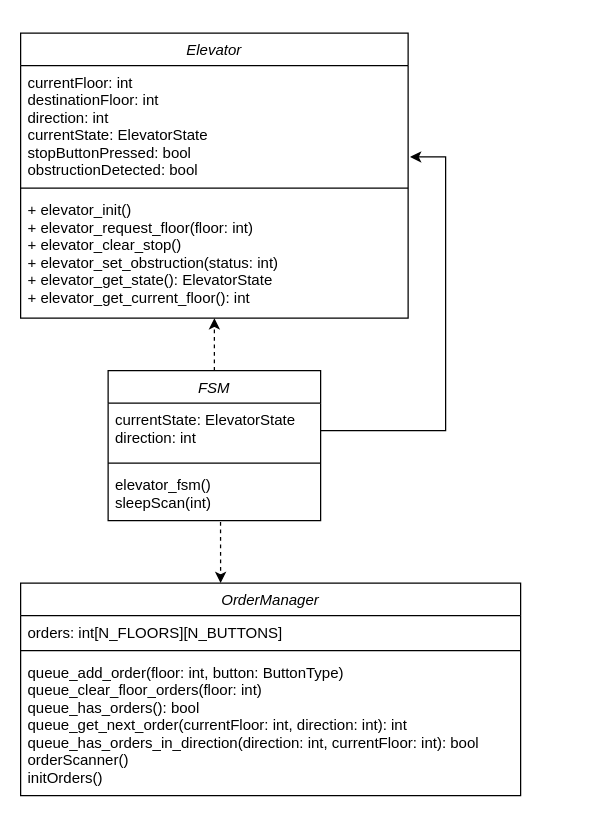
This is UML/klassediagram.drawio from SondreMyhre/Heislab, a draw.io file, before an edit. Source tidied: cells renumbered, new cells numbered last; positions are measured from the earlier drawing's top-left corner, leaving out a move shared by most shapes. Both pictures are drawn from the tidied source at 125%, with x=0, y=0 at pixel (20, 32).
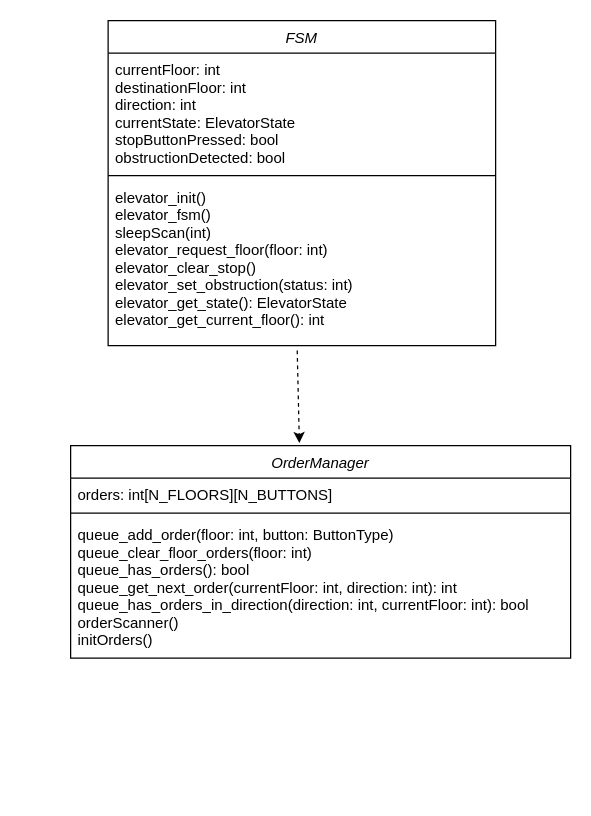
Above is the later version.

Change to the diagram source:
```diff
@@
 <mxGraphModel>
   <root>
     <mxCell id="0" />
     <mxCell id="1" parent="0" />
-    <mxCell id="2" value="Elevator" style="swimlane;fontStyle=2;align=center;verticalAlign=top;horizontal=1;startSize=26;rounded=0;shadow=0;strokeWidth=1;" parent="1" vertex="1">
-      <mxGeometry width="310" height="228" as="geometry" />
+    <mxCell id="2" value="FSM" style="swimlane;fontStyle=2;align=center;verticalAlign=top;horizontal=1;startSize=26;rounded=0;shadow=0;strokeWidth=1;" parent="1" vertex="1">
+      <mxGeometry x="70" y="-10" width="310" height="260" as="geometry" />
     </mxCell>
     <mxCell id="3" value="currentFloor: int&#10;destinationFloor: int&#10;direction: int&#10;currentState: ElevatorState&#10;stopButtonPressed: bool&#10;obstructionDetected: bool" style="text;align=left;verticalAlign=top;spacingLeft=4;spacingRight=4;overflow=hidden;points=[[0,0.5],[1,0.5]];portConstraint=eastwest;" parent="2" vertex="1">
       <mxGeometry y="26" width="310" height="94" as="geometry" />
     </mxCell>
     <mxCell id="4" style="line;html=1;strokeWidth=1;align=left;verticalAlign=middle;spacingTop=-1;spacingLeft=3;spacingRight=3;labelPosition=right;" parent="2" vertex="1">
       <mxGeometry y="120" width="310" height="8" as="geometry" />
     </mxCell>
-    <mxCell id="5" value="+ elevator_init()&#10;+ elevator_request_floor(floor: int)&#10;+ elevator_clear_stop()&#10;+ elevator_set_obstruction(status: int)&#10;+ elevator_get_state(): ElevatorState&#10;+ elevator_get_current_floor(): int" style="text;align=left;verticalAlign=top;spacingLeft=4;spacingRight=4;overflow=hidden;points=[[0,0.5],[1,0.5]];portConstraint=eastwest;" parent="2" vertex="1">
-      <mxGeometry y="128" width="310" height="100" as="geometry" />
+    <mxCell id="5" value="elevator_init()&#10;elevator_fsm()&#10;sleepScan(int)&#10;elevator_request_floor(floor: int)&#10;elevator_clear_stop()&#10;elevator_set_obstruction(status: int)&#10;elevator_get_state(): ElevatorState&#10;elevator_get_current_floor(): int" style="text;align=left;verticalAlign=top;spacingLeft=4;spacingRight=4;overflow=hidden;points=[[0,0.5],[1,0.5]];portConstraint=eastwest;" parent="2" vertex="1">
+      <mxGeometry y="128" width="310" height="132" as="geometry" />
     </mxCell>
-    <mxCell id="6" value="FSM" style="swimlane;fontStyle=2;align=center;verticalAlign=top;horizontal=1;startSize=26;rounded=0;shadow=0;strokeWidth=1;" parent="1" vertex="1">
-      <mxGeometry x="70" y="270" width="170" height="120" as="geometry" />
-    </mxCell>
-    <mxCell id="7" value="currentState: ElevatorState&#10;direction: int" style="text;align=left;verticalAlign=top;spacingLeft=4;spacingRight=4;overflow=hidden;points=[[0,0.5],[1,0.5]];portConstraint=eastwest;" parent="6" vertex="1">
-      <mxGeometry y="26" width="170" height="44" as="geometry" />
-    </mxCell>
-    <mxCell id="8" style="line;html=1;strokeWidth=1;align=left;verticalAlign=middle;spacingTop=-1;spacingLeft=3;spacingRight=3;labelPosition=right;" parent="6" vertex="1">
-      <mxGeometry y="70" width="170" height="8" as="geometry" />
-    </mxCell>
-    <mxCell id="9" value="elevator_fsm()&#10;sleepScan(int)" style="text;align=left;verticalAlign=top;spacingLeft=4;spacingRight=4;overflow=hidden;points=[[0,0.5],[1,0.5]];portConstraint=eastwest;" parent="6" vertex="1">
-      <mxGeometry y="78" width="170" height="42" as="geometry" />
-    </mxCell>
     <mxCell id="10" value="OrderManager" style="swimlane;fontStyle=2;align=center;verticalAlign=top;horizontal=1;startSize=26;rounded=0;shadow=0;strokeWidth=1;" parent="1" vertex="1">
-      <mxGeometry y="440" width="400" height="170" as="geometry" />
+      <mxGeometry x="40" y="330" width="400" height="170" as="geometry" />
     </mxCell>
     <mxCell id="11" value="orders: int[N_FLOORS][N_BUTTONS]" style="text;align=left;verticalAlign=top;spacingLeft=4;spacingRight=4;overflow=hidden;" parent="10" vertex="1">
       <mxGeometry y="26" width="400" height="24" as="geometry" />
     </mxCell>
     <mxCell id="12" style="line;html=1;strokeWidth=1;align=left;verticalAlign=middle;spacingTop=-1;spacingLeft=3;spacingRight=3;labelPosition=right;" parent="10" vertex="1">
       <mxGeometry y="50" width="400" height="8" as="geometry" />
     </mxCell>
     <mxCell id="13" value="queue_add_order(floor: int, button: ButtonType)&#10;queue_clear_floor_orders(floor: int)&#10;queue_has_orders(): bool&#10;queue_get_next_order(currentFloor: int, direction: int): int&#10;queue_has_orders_in_direction(direction: int, currentFloor: int): bool&#10;orderScanner()&#10;initOrders()" style="text;align=left;verticalAlign=top;spacingLeft=4;spacingRight=4;overflow=hidden;" parent="10" vertex="1">
       <mxGeometry y="58" width="400" height="102" as="geometry" />
     </mxCell>
-    <mxCell id="14" style="edgeStyle=orthogonalEdgeStyle;rounded=0;jettySize=auto;html=1;entryX=1.005;entryY=0.777;entryDx=0;entryDy=0;entryPerimeter=0;" parent="1" edge="1" source="7" target="3">
-      <mxGeometry relative="1" as="geometry">
-        <Array as="points">
-          <mxPoint x="340" y="318" />
-          <mxPoint x="340" y="99" />
-        </Array>
-      </mxGeometry>
-    </mxCell>
-    <mxCell id="15" style="html=1;labelBackgroundColor=#ffffff;startArrow=none;startFill=0;startSize=6;endArrow=classic;endFill=1;endSize=6;jettySize=auto;strokeWidth=1;dashed=1;fontSize=14;rounded=0;exitX=0.529;exitY=1.027;exitDx=0;exitDy=0;exitPerimeter=0;" parent="1" edge="1" source="9">
-      <mxGeometry relative="1" as="geometry">
-        <mxPoint x="160" y="440" as="targetPoint" />
-      </mxGeometry>
-    </mxCell>
-    <mxCell id="16" style="html=1;labelBackgroundColor=#ffffff;startArrow=none;startFill=0;startSize=6;endArrow=classic;endFill=1;endSize=6;jettySize=auto;strokeWidth=1;dashed=1;fontSize=14;rounded=0;exitX=0.5;exitY=0;exitDx=0;exitDy=0;" parent="1" edge="1" source="6" target="5">
-      <mxGeometry relative="1" as="geometry" />
-    </mxCell>
+    <mxCell id="17" style="html=1;labelBackgroundColor=#ffffff;startArrow=none;startFill=0;startSize=6;endArrow=classic;endFill=1;endSize=6;jettySize=auto;strokeWidth=1;dashed=1;fontSize=14;rounded=0;exitX=0.488;exitY=1.03;exitDx=0;exitDy=0;exitPerimeter=0;" parent="1" edge="1" source="5">
+      <mxGeometry relative="1" as="geometry">
+        <mxPoint x="223" y="328" as="targetPoint" />
+      </mxGeometry>
+    </mxCell>
   </root>
 </mxGraphModel>
```
